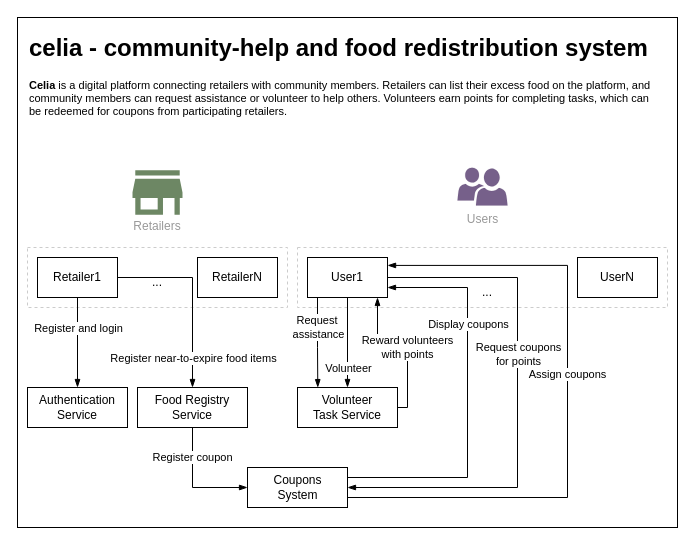
This is page "Page-2" (2 of 2) of Untitled Diagram.drawio from HarshvardhanThosar/msc-project-resources, a draw.io file, before an edit. Source tidied: cells renumbered, new cells numbered last; positions are measured from the earlier drawing's top-left corner, leaving out a move shared by most shapes. Both pictures are drawn from the tidied source at 100%, with x=0, y=0 at pixel (17, 17).
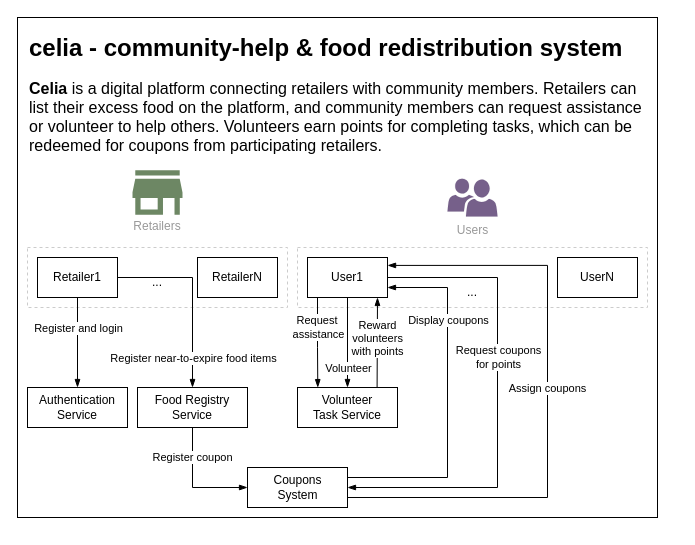
The same diagram, later.

The change refers to these unchanged cells:
```xml
<mxCell id="30" style="rounded=0;whiteSpace=wrap;html=1;" parent="1" vertex="1">
  <mxGeometry x="290" y="240" width="80" height="40" as="geometry" />
</mxCell>
<mxCell id="38" style="rounded=0;whiteSpace=wrap;html=1;" parent="1" vertex="1">
  <mxGeometry x="280" y="370" width="100" height="40" as="geometry" />
</mxCell>
<mxCell id="42" style="rounded=0;whiteSpace=wrap;html=1;" parent="1" vertex="1">
  <mxGeometry x="230" y="450" width="100" height="40" as="geometry" />
</mxCell>
```

Diff of the diagram source:
```diff
@@
     <mxCell id="2" style="rounded=0;whiteSpace=wrap;html=1;" parent="1" vertex="1">
-      <mxGeometry width="660" height="510" as="geometry" />
+      <mxGeometry width="640" height="500" as="geometry" />
     </mxCell>
-    <mxCell id="3" value="&lt;h1 style=&quot;margin-top: 0px;&quot;&gt;celia - community-help and food redistribution system&lt;/h1&gt;&lt;h2 style=&quot;font-size: 11px;&quot;&gt;Celia&lt;span style=&quot;font-weight: normal;&quot;&gt;&amp;nbsp;is a digital platform connecting retailers with community members. Retailers can list their excess food on the platform, and community members can request assistance or volunteer to help others. Volunteers earn points for completing tasks, which can be redeemed for coupons from participating retailers.&lt;/span&gt;&lt;/h2&gt;" style="text;html=1;whiteSpace=wrap;overflow=hidden;rounded=0;" parent="1" vertex="1">
-      <mxGeometry x="10" y="10" width="630" height="130" as="geometry" />
+    <mxCell id="3" value="&lt;h1 style=&quot;margin-top: 0px;&quot;&gt;celia - community-help &amp;amp; food redistribution system&lt;/h1&gt;&lt;h2 style=&quot;font-size: 16px;&quot;&gt;Celia&lt;span style=&quot;font-weight: normal;&quot;&gt;&amp;nbsp;is a digital platform connecting retailers with community members. Retailers can list their excess food on the platform, and community members can request assistance or volunteer to help others. Volunteers earn points for completing tasks, which can be redeemed for coupons from participating retailers.&lt;/span&gt;&lt;/h2&gt;" style="text;html=1;whiteSpace=wrap;overflow=hidden;rounded=0;" parent="1" vertex="1">
+      <mxGeometry x="10" y="10" width="620" height="130" as="geometry" />
     </mxCell>
@@
     <mxCell id="24" value="&lt;span style=&quot;caret-color: rgb(153, 153, 153); color: rgb(153, 153, 153); white-space: normal;&quot;&gt;Users&lt;/span&gt;" style="sketch=0;shadow=0;dashed=0;html=1;strokeColor=#432D57;labelPosition=center;verticalLabelPosition=bottom;verticalAlign=top;align=center;fillColor=#76608a;shape=mxgraph.mscae.intune.user_group;strokeWidth=0;fontColor=#ffffff;" parent="1" vertex="1">
-      <mxGeometry x="440" y="150" width="50" height="38" as="geometry" />
+      <mxGeometry x="430" y="161" width="50" height="38" as="geometry" />
     </mxCell>
     <mxCell id="25" style="rounded=0;whiteSpace=wrap;html=1;dashed=1;strokeColor=#CCCCCC;" parent="1" vertex="1">
-      <mxGeometry x="280" y="230" width="370" height="60" as="geometry" />
+      <mxGeometry x="280" y="230" width="350" height="60" as="geometry" />
     </mxCell>
@@
     <mxCell id="28" style="edgeStyle=orthogonalEdgeStyle;rounded=0;jettySize=auto;html=1;exitX=1.001;exitY=0.198;exitDx=0;exitDy=0;entryX=0.997;entryY=0.833;entryDx=0;entryDy=0;startArrow=blockThin;startFill=1;endArrow=none;endFill=0;exitPerimeter=0;entryPerimeter=0;" parent="1" edge="1" source="30" target="42">
       <mxGeometry relative="1" as="geometry">
         <Array as="points">
-          <mxPoint x="550" y="248" />
-          <mxPoint x="550" y="480" />
+          <mxPoint x="530" y="248" />
+          <mxPoint x="530" y="480" />
           <mxPoint x="330" y="480" />
         </Array>
       </mxGeometry>
     </mxCell>
     <mxCell id="29" value="Assign coupons" style="edgeLabel;html=1;align=center;verticalAlign=middle;" parent="28" vertex="1">
-      <mxGeometry x="-0.09" y="-1" relative="1" as="geometry" />
+      <mxGeometry x="-0.09" y="-1" relative="1" as="geometry">
+        <mxPoint y="12" as="offset" />
+      </mxGeometry>
     </mxCell>
@@
     <mxCell id="32" style="rounded=0;whiteSpace=wrap;html=1;" parent="1" vertex="1">
-      <mxGeometry x="560" y="240" width="80" height="40" as="geometry" />
+      <mxGeometry x="540" y="240" width="80" height="40" as="geometry" />
     </mxCell>
     <mxCell id="33" value="UserN" style="text;html=1;align=center;verticalAlign=middle;whiteSpace=wrap;rounded=0;" parent="1" vertex="1">
-      <mxGeometry x="570" y="245" width="60" height="30" as="geometry" />
+      <mxGeometry x="550" y="245" width="60" height="30" as="geometry" />
     </mxCell>
-    <mxCell id="34" style="edgeStyle=orthogonalEdgeStyle;rounded=0;jettySize=auto;html=1;exitX=1;exitY=0.5;exitDx=0;exitDy=0;endArrow=blockThin;endFill=1;" parent="1" edge="1" source="38">
+    <mxCell id="34" style="edgeStyle=orthogonalEdgeStyle;rounded=0;jettySize=auto;html=1;exitX=0.795;exitY=-0.002;exitDx=0;exitDy=0;endArrow=blockThin;endFill=1;exitPerimeter=0;" parent="1" edge="1" source="38">
       <mxGeometry relative="1" as="geometry">
         <mxPoint x="360" y="280" as="targetPoint" />
         <Array as="points">
-          <mxPoint x="390" y="390" />
-          <mxPoint x="390" y="320" />
-          <mxPoint x="360" y="320" />
+          <mxPoint x="360" y="390" />
+          <mxPoint x="360" y="390" />
         </Array>
       </mxGeometry>
     </mxCell>
-    <mxCell id="35" value="Reward volunteers&lt;div&gt;with points&lt;/div&gt;" style="edgeLabel;html=1;align=center;verticalAlign=middle;" parent="34" vertex="1">
+    <mxCell id="35" value="Reward&lt;div&gt;volunteers&lt;div&gt;with points&lt;/div&gt;&lt;/div&gt;" style="edgeLabel;html=1;align=center;verticalAlign=middle;" parent="34" vertex="1">
       <mxGeometry x="-0.03" y="1" relative="1" as="geometry">
-        <mxPoint y="2" as="offset" />
+        <mxPoint x="1" y="-27" as="offset" />
       </mxGeometry>
     </mxCell>
@@
     <mxCell id="40" style="edgeStyle=orthogonalEdgeStyle;rounded=0;jettySize=auto;html=1;exitX=1;exitY=0.25;exitDx=0;exitDy=0;endArrow=blockThin;endFill=1;" parent="1" edge="1" source="42">
       <mxGeometry relative="1" as="geometry">
         <mxPoint x="370" y="270" as="targetPoint" />
         <Array as="points">
-          <mxPoint x="450" y="460" />
-          <mxPoint x="450" y="270" />
+          <mxPoint x="430" y="460" />
+          <mxPoint x="430" y="270" />
         </Array>
       </mxGeometry>
     </mxCell>
@@
     <mxCell id="44" style="edgeStyle=orthogonalEdgeStyle;rounded=0;orthogonalLoop=1;jettySize=auto;html=1;endArrow=blockThin;endFill=1;" parent="1" edge="1">
       <mxGeometry relative="1" as="geometry">
         <mxPoint x="370" y="260" as="sourcePoint" />
         <mxPoint x="330" y="470" as="targetPoint" />
         <Array as="points">
-          <mxPoint x="500" y="260" />
-          <mxPoint x="500" y="470" />
+          <mxPoint x="480" y="260" />
+          <mxPoint x="480" y="470" />
         </Array>
       </mxGeometry>
     </mxCell>
@@
     <mxCell id="46" value="..." style="text;html=1;align=center;verticalAlign=middle;whiteSpace=wrap;rounded=0;" parent="1" vertex="1">
-      <mxGeometry x="440" y="260" width="60" height="30" as="geometry" />
+      <mxGeometry x="425" y="260" width="60" height="30" as="geometry" />
     </mxCell>
```
